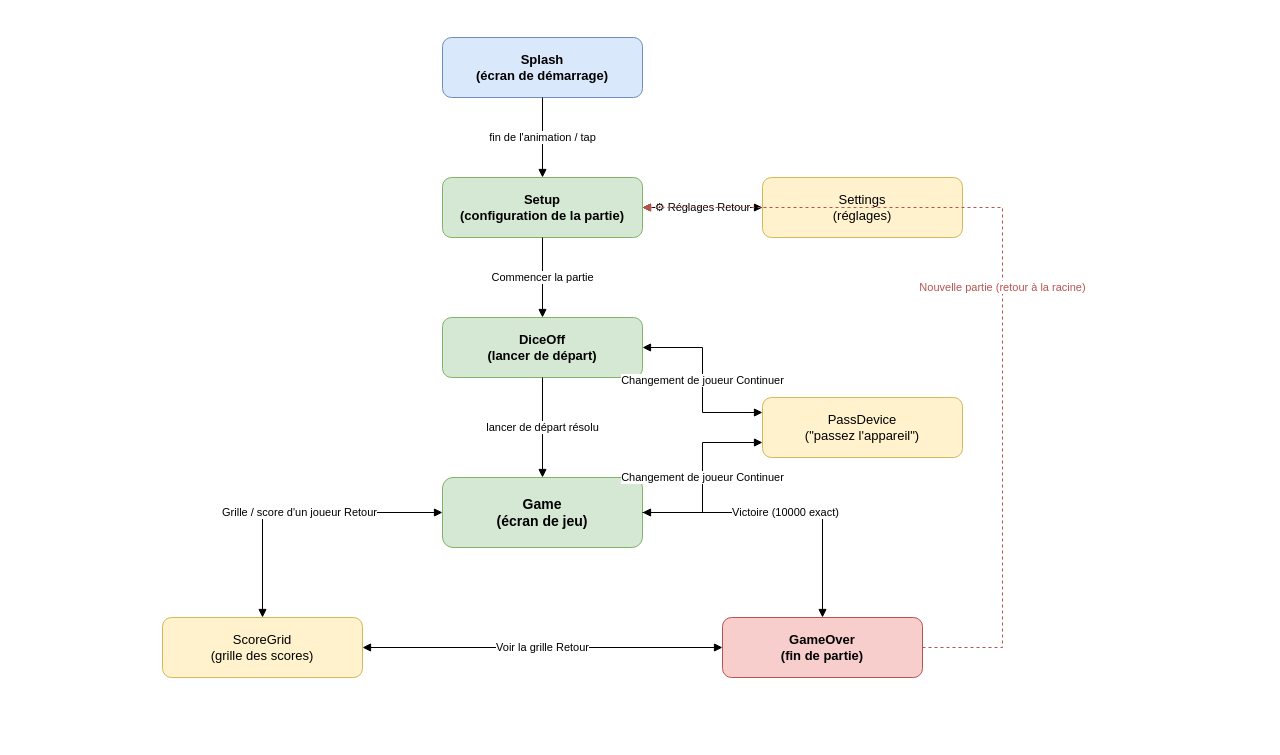
This is docs/screen-flow.drawio from microscotch/tenk, a draw.io file, before an edit. Source tidied: cells renumbered, new cells numbered last; positions are measured from the earlier drawing's top-left corner, leaving out a move shared by most shapes. Both pictures are drawn from the tidied source at 100%, with x=0, y=0 at pixel (162, 37).
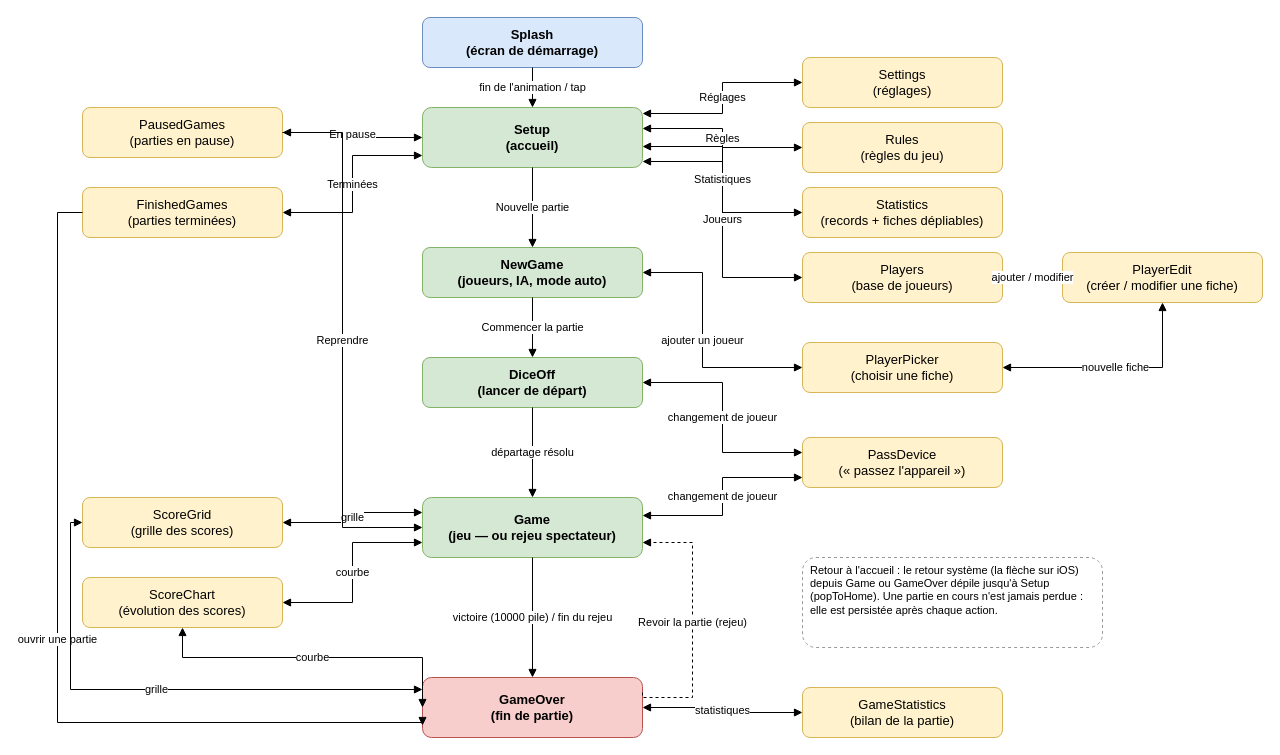
After the change.

Commit message (it also covers changes not shown here):
docs: bring the class diagram, screen flow and turn-state up to date

Change to the diagram source:
```diff
@@
     <mxCell id="2" value="Splash&#10;(écran de démarrage)" style="rounded=1;whiteSpace=wrap;html=1;fillColor=#dae8fc;strokeColor=#6c8ebf;fontSize=13;fontStyle=1;" parent="1" vertex="1">
-      <mxGeometry x="280" width="200" height="60" as="geometry" />
+      <mxGeometry x="260" y="-20" width="220" height="50" as="geometry" />
     </mxCell>
-    <mxCell id="3" value="Setup&#10;(configuration de la partie)" style="rounded=1;whiteSpace=wrap;html=1;fillColor=#d5e8d4;strokeColor=#82b366;fontSize=13;fontStyle=1;" parent="1" vertex="1">
-      <mxGeometry x="280" y="140" width="200" height="60" as="geometry" />
+    <mxCell id="3" value="Setup&#10;(accueil)" style="rounded=1;whiteSpace=wrap;html=1;fillColor=#d5e8d4;strokeColor=#82b366;fontSize=13;fontStyle=1;" parent="1" vertex="1">
+      <mxGeometry x="260" y="70" width="220" height="60" as="geometry" />
     </mxCell>
+    <mxCell id="20" value="PausedGames&#10;(parties en pause)" style="rounded=1;whiteSpace=wrap;html=1;fillColor=#fff2cc;strokeColor=#d6b656;fontSize=13;" parent="1" vertex="1">
+      <mxGeometry x="-80" y="70" width="200" height="50" as="geometry" />
+    </mxCell>
+    <mxCell id="21" value="FinishedGames&#10;(parties terminées)" style="rounded=1;whiteSpace=wrap;html=1;fillColor=#fff2cc;strokeColor=#d6b656;fontSize=13;" parent="1" vertex="1">
+      <mxGeometry x="-80" y="150" width="200" height="50" as="geometry" />
+    </mxCell>
+    <mxCell id="22" value="Statistics&#10;(records + fiches dépliables)" style="rounded=1;whiteSpace=wrap;html=1;fillColor=#fff2cc;strokeColor=#d6b656;fontSize=13;" parent="1" vertex="1">
+      <mxGeometry x="640" y="150" width="200" height="50" as="geometry" />
+    </mxCell>
     <mxCell id="4" value="Settings&#10;(réglages)" style="rounded=1;whiteSpace=wrap;html=1;fillColor=#fff2cc;strokeColor=#d6b656;fontSize=13;" parent="1" vertex="1">
-      <mxGeometry x="600" y="140" width="200" height="60" as="geometry" />
+      <mxGeometry x="640" y="20" width="200" height="50" as="geometry" />
     </mxCell>
+    <mxCell id="23" value="Rules&#10;(règles du jeu)" style="rounded=1;whiteSpace=wrap;html=1;fillColor=#fff2cc;strokeColor=#d6b656;fontSize=13;" parent="1" vertex="1">
+      <mxGeometry x="640" y="85" width="200" height="50" as="geometry" />
+    </mxCell>
+    <mxCell id="24" value="Players&#10;(base de joueurs)" style="rounded=1;whiteSpace=wrap;html=1;fillColor=#fff2cc;strokeColor=#d6b656;fontSize=13;" parent="1" vertex="1">
+      <mxGeometry x="640" y="215" width="200" height="50" as="geometry" />
+    </mxCell>
+    <mxCell id="25" value="PlayerEdit&#10;(créer / modifier une fiche)" style="rounded=1;whiteSpace=wrap;html=1;fillColor=#fff2cc;strokeColor=#d6b656;fontSize=13;" parent="1" vertex="1">
+      <mxGeometry x="900" y="215" width="200" height="50" as="geometry" />
+    </mxCell>
+    <mxCell id="26" value="NewGame&#10;(joueurs, IA, mode auto)" style="rounded=1;whiteSpace=wrap;html=1;fillColor=#d5e8d4;strokeColor=#82b366;fontSize=13;fontStyle=1;" parent="1" vertex="1">
+      <mxGeometry x="260" y="210" width="220" height="50" as="geometry" />
+    </mxCell>
+    <mxCell id="27" value="PlayerPicker&#10;(choisir une fiche)" style="rounded=1;whiteSpace=wrap;html=1;fillColor=#fff2cc;strokeColor=#d6b656;fontSize=13;" parent="1" vertex="1">
+      <mxGeometry x="640" y="305" width="200" height="50" as="geometry" />
+    </mxCell>
     <mxCell id="5" value="DiceOff&#10;(lancer de départ)" style="rounded=1;whiteSpace=wrap;html=1;fillColor=#d5e8d4;strokeColor=#82b366;fontSize=13;fontStyle=1;" parent="1" vertex="1">
-      <mxGeometry x="280" y="280" width="200" height="60" as="geometry" />
+      <mxGeometry x="260" y="320" width="220" height="50" as="geometry" />
     </mxCell>
-    <mxCell id="6" value="PassDevice&#10;(&quot;passez l'appareil&quot;)" style="rounded=1;whiteSpace=wrap;html=1;fillColor=#fff2cc;strokeColor=#d6b656;fontSize=13;" parent="1" vertex="1">
-      <mxGeometry x="600" y="360" width="200" height="60" as="geometry" />
+    <mxCell id="6" value="PassDevice&#10;(« passez l'appareil »)" style="rounded=1;whiteSpace=wrap;html=1;fillColor=#fff2cc;strokeColor=#d6b656;fontSize=13;" parent="1" vertex="1">
+      <mxGeometry x="640" y="400" width="200" height="50" as="geometry" />
     </mxCell>
-    <mxCell id="7" value="Game&#10;(écran de jeu)" style="rounded=1;whiteSpace=wrap;html=1;fillColor=#d5e8d4;strokeColor=#82b366;fontSize=14;fontStyle=1;" parent="1" vertex="1">
-      <mxGeometry x="280" y="440" width="200" height="70" as="geometry" />
+    <mxCell id="7" value="Game&#10;(jeu — ou rejeu spectateur)" style="rounded=1;whiteSpace=wrap;html=1;fillColor=#d5e8d4;strokeColor=#82b366;fontSize=13;fontStyle=1;" parent="1" vertex="1">
+      <mxGeometry x="260" y="460" width="220" height="60" as="geometry" />
     </mxCell>
     <mxCell id="8" value="ScoreGrid&#10;(grille des scores)" style="rounded=1;whiteSpace=wrap;html=1;fillColor=#fff2cc;strokeColor=#d6b656;fontSize=13;" parent="1" vertex="1">
-      <mxGeometry y="580" width="200" height="60" as="geometry" />
+      <mxGeometry x="-80" y="460" width="200" height="50" as="geometry" />
     </mxCell>
+    <mxCell id="28" value="ScoreChart&#10;(évolution des scores)" style="rounded=1;whiteSpace=wrap;html=1;fillColor=#fff2cc;strokeColor=#d6b656;fontSize=13;" parent="1" vertex="1">
+      <mxGeometry x="-80" y="540" width="200" height="50" as="geometry" />
+    </mxCell>
     <mxCell id="9" value="GameOver&#10;(fin de partie)" style="rounded=1;whiteSpace=wrap;html=1;fillColor=#f8cecc;strokeColor=#b85450;fontSize=13;fontStyle=1;" parent="1" vertex="1">
-      <mxGeometry x="560" y="580" width="200" height="60" as="geometry" />
+      <mxGeometry x="260" y="640" width="220" height="60" as="geometry" />
     </mxCell>
+    <mxCell id="29" value="GameStatistics&#10;(bilan de la partie)" style="rounded=1;whiteSpace=wrap;html=1;fillColor=#fff2cc;strokeColor=#d6b656;fontSize=13;" parent="1" vertex="1">
+      <mxGeometry x="640" y="650" width="200" height="50" as="geometry" />
+    </mxCell>
+    <mxCell id="30" value="Retour à l'accueil : le retour système (la flèche sur iOS) depuis Game ou GameOver dépile jusqu'à Setup (popToHome). Une partie en cours n'est jamais perdue : elle est persistée après chaque action." style="rounded=1;whiteSpace=wrap;html=1;fillColor=#ffffff;strokeColor=#999999;fontSize=11;align=left;verticalAlign=top;dashed=1;spacingLeft=6;" parent="1" vertex="1">
+      <mxGeometry x="640" y="520" width="300" height="90" as="geometry" />
+    </mxCell>
-    <mxCell id="10" value="fin de l'animation / tap" style="edgeStyle=orthogonalEdgeStyle;rounded=0;html=1;endArrow=block;endFill=1;fontSize=11;" parent="1" edge="1" source="2" target="3">
+    <mxCell id="10" value="fin de l'animation / tap" style="edgeStyle=orthogonalEdgeStyle;rounded=0;html=1;fontSize=11;endArrow=block;endFill=1;" parent="1" edge="1" source="2" target="3">
       <mxGeometry relative="1" as="geometry" />
     </mxCell>
-    <mxCell id="11" value="⚙ Réglages          Retour" style="edgeStyle=orthogonalEdgeStyle;rounded=0;html=1;startArrow=block;startFill=1;endArrow=block;endFill=1;fontSize=11;" parent="1" edge="1" source="3" target="4">
+    <mxCell id="11" value="Réglages" style="edgeStyle=orthogonalEdgeStyle;rounded=0;html=1;fontSize=11;startArrow=block;startFill=1;endArrow=block;endFill=1;exitX=1;exitY=0.1;entryX=0;entryY=0.5;" parent="1" edge="1" source="3" target="4">
       <mxGeometry relative="1" as="geometry" />
     </mxCell>
+    <mxCell id="31" value="Règles" style="edgeStyle=orthogonalEdgeStyle;rounded=0;html=1;fontSize=11;startArrow=block;startFill=1;endArrow=block;endFill=1;exitX=1;exitY=0.35;entryX=0;entryY=0.5;" parent="1" edge="1" source="3" target="23">
+      <mxGeometry relative="1" as="geometry" />
+    </mxCell>
+    <mxCell id="32" value="Joueurs" style="edgeStyle=orthogonalEdgeStyle;rounded=0;html=1;fontSize=11;startArrow=block;startFill=1;endArrow=block;endFill=1;exitX=1;exitY=0.9;entryX=0;entryY=0.5;" parent="1" edge="1" source="3" target="24">
+      <mxGeometry relative="1" as="geometry" />
+    </mxCell>
+    <mxCell id="33" value="En pause" style="edgeStyle=orthogonalEdgeStyle;rounded=0;html=1;fontSize=11;startArrow=block;startFill=1;endArrow=block;endFill=1;exitX=0;exitY=0.5;entryX=1;entryY=0.5;" parent="1" edge="1" source="3" target="20">
+      <mxGeometry relative="1" as="geometry" />
+    </mxCell>
+    <mxCell id="34" value="Terminées" style="edgeStyle=orthogonalEdgeStyle;rounded=0;html=1;fontSize=11;startArrow=block;startFill=1;endArrow=block;endFill=1;exitX=0;exitY=0.8;entryX=1;entryY=0.5;" parent="1" edge="1" source="3" target="21">
+      <mxGeometry relative="1" as="geometry" />
+    </mxCell>
+    <mxCell id="35" value="Statistiques" style="edgeStyle=orthogonalEdgeStyle;rounded=0;html=1;fontSize=11;startArrow=block;startFill=1;endArrow=block;endFill=1;exitX=1;exitY=0.65;entryX=0;entryY=0.5;" parent="1" edge="1" source="3" target="22">
+      <mxGeometry relative="1" as="geometry" />
+    </mxCell>
+    <mxCell id="36" value="Nouvelle partie" style="edgeStyle=orthogonalEdgeStyle;rounded=0;html=1;fontSize=11;endArrow=block;endFill=1;exitX=0.5;exitY=1;entryX=0.5;entryY=0;" parent="1" edge="1" source="3" target="26">
+      <mxGeometry relative="1" as="geometry" />
+    </mxCell>
+    <mxCell id="37" value="ajouter / modifier" style="edgeStyle=orthogonalEdgeStyle;rounded=0;html=1;fontSize=11;startArrow=block;startFill=1;endArrow=block;endFill=1;exitX=1;exitY=0.5;entryX=0;entryY=0.5;" parent="1" edge="1" source="24" target="25">
+      <mxGeometry relative="1" as="geometry" />
+    </mxCell>
+    <mxCell id="38" value="ajouter un joueur" style="edgeStyle=orthogonalEdgeStyle;rounded=0;html=1;fontSize=11;startArrow=block;startFill=1;endArrow=block;endFill=1;exitX=1;exitY=0.5;entryX=0;entryY=0.5;" parent="1" edge="1" source="26" target="27">
+      <mxGeometry relative="1" as="geometry">
+        <Array as="points">
+          <mxPoint x="540" y="235" />
+          <mxPoint x="540" y="330" />
+        </Array>
+      </mxGeometry>
+    </mxCell>
+    <mxCell id="39" value="nouvelle fiche" style="edgeStyle=orthogonalEdgeStyle;rounded=0;html=1;fontSize=11;startArrow=block;startFill=1;endArrow=block;endFill=1;exitX=1;exitY=0.5;entryX=0.5;entryY=1;" parent="1" edge="1" source="27" target="25">
+      <mxGeometry relative="1" as="geometry" />
+    </mxCell>
-    <mxCell id="12" value="Commencer la partie" style="edgeStyle=orthogonalEdgeStyle;rounded=0;html=1;endArrow=block;endFill=1;fontSize=11;" parent="1" edge="1" source="3" target="5">
+    <mxCell id="12" value="Commencer la partie" style="edgeStyle=orthogonalEdgeStyle;rounded=0;html=1;fontSize=11;endArrow=block;endFill=1;" parent="1" edge="1" source="26" target="5">
       <mxGeometry relative="1" as="geometry" />
     </mxCell>
-    <mxCell id="13" value="Changement de joueur          Continuer" style="edgeStyle=orthogonalEdgeStyle;rounded=0;html=1;startArrow=block;startFill=1;endArrow=block;endFill=1;fontSize=11;exitX=1;exitY=0.5;entryX=0;entryY=0.25;" parent="1" edge="1" source="5" target="6">
+    <mxCell id="13" value="changement de joueur" style="edgeStyle=orthogonalEdgeStyle;rounded=0;html=1;fontSize=11;startArrow=block;startFill=1;endArrow=block;endFill=1;exitX=1;exitY=0.5;entryX=0;entryY=0.3;" parent="1" edge="1" source="5" target="6">
       <mxGeometry relative="1" as="geometry" />
     </mxCell>
-    <mxCell id="14" value="lancer de départ résolu" style="edgeStyle=orthogonalEdgeStyle;rounded=0;html=1;endArrow=block;endFill=1;fontSize=11;" parent="1" edge="1" source="5" target="7">
+    <mxCell id="14" value="départage résolu" style="edgeStyle=orthogonalEdgeStyle;rounded=0;html=1;fontSize=11;endArrow=block;endFill=1;" parent="1" edge="1" source="5" target="7">
       <mxGeometry relative="1" as="geometry" />
     </mxCell>
-    <mxCell id="15" value="Changement de joueur          Continuer" style="edgeStyle=orthogonalEdgeStyle;rounded=0;html=1;startArrow=block;startFill=1;endArrow=block;endFill=1;fontSize=11;exitX=1;exitY=0.5;entryX=0;entryY=0.75;" parent="1" edge="1" source="7" target="6">
+    <mxCell id="15" value="changement de joueur" style="edgeStyle=orthogonalEdgeStyle;rounded=0;html=1;fontSize=11;startArrow=block;startFill=1;endArrow=block;endFill=1;exitX=1;exitY=0.3;entryX=0;entryY=0.8;" parent="1" edge="1" source="7" target="6">
       <mxGeometry relative="1" as="geometry" />
     </mxCell>
-    <mxCell id="16" value="Grille / score d'un joueur          Retour" style="edgeStyle=orthogonalEdgeStyle;rounded=0;html=1;startArrow=block;startFill=1;endArrow=block;endFill=1;fontSize=11;" parent="1" edge="1" source="7" target="8">
+    <mxCell id="16" value="grille" style="edgeStyle=orthogonalEdgeStyle;rounded=0;html=1;fontSize=11;startArrow=block;startFill=1;endArrow=block;endFill=1;exitX=0;exitY=0.25;entryX=1;entryY=0.5;" parent="1" edge="1" source="7" target="8">
       <mxGeometry relative="1" as="geometry" />
     </mxCell>
+    <mxCell id="40" value="courbe" style="edgeStyle=orthogonalEdgeStyle;rounded=0;html=1;fontSize=11;startArrow=block;startFill=1;endArrow=block;endFill=1;exitX=0;exitY=0.75;entryX=1;entryY=0.5;" parent="1" edge="1" source="7" target="28">
+      <mxGeometry relative="1" as="geometry" />
+    </mxCell>
+    <mxCell id="41" value="Reprendre" style="edgeStyle=orthogonalEdgeStyle;rounded=0;html=1;fontSize=11;endArrow=block;endFill=1;exitX=1;exitY=0.5;entryX=0;entryY=0.5;" parent="1" edge="1" source="20" target="7">
+      <mxGeometry relative="1" as="geometry">
+        <Array as="points">
+          <mxPoint x="180" y="95" />
+          <mxPoint x="180" y="490" />
+        </Array>
+      </mxGeometry>
+    </mxCell>
-    <mxCell id="17" value="Victoire (10000 exact)" style="edgeStyle=orthogonalEdgeStyle;rounded=0;html=1;endArrow=block;endFill=1;fontSize=11;" parent="1" edge="1" source="7" target="9">
+    <mxCell id="17" value="victoire (10000 pile) / fin du rejeu" style="edgeStyle=orthogonalEdgeStyle;rounded=0;html=1;fontSize=11;endArrow=block;endFill=1;" parent="1" edge="1" source="7" target="9">
       <mxGeometry relative="1" as="geometry" />
     </mxCell>
+    <mxCell id="42" value="ouvrir une partie" style="edgeStyle=orthogonalEdgeStyle;rounded=0;html=1;fontSize=11;endArrow=block;endFill=1;exitX=0;exitY=0.5;entryX=0;entryY=0.8;" parent="1" edge="1" source="21" target="9">
+      <mxGeometry relative="1" as="geometry">
+        <Array as="points">
+          <mxPoint x="-105" y="175" />
+          <mxPoint x="-105" y="685" />
+        </Array>
+      </mxGeometry>
+    </mxCell>
-    <mxCell id="18" value="Voir la grille          Retour" style="edgeStyle=orthogonalEdgeStyle;rounded=0;html=1;startArrow=block;startFill=1;endArrow=block;endFill=1;fontSize=11;" parent="1" edge="1" source="9" target="8">
-      <mxGeometry relative="1" as="geometry" />
+    <mxCell id="18" value="grille" style="edgeStyle=orthogonalEdgeStyle;rounded=0;html=1;fontSize=11;startArrow=block;startFill=1;endArrow=block;endFill=1;exitX=0;exitY=0.2;entryX=0;entryY=0.5;" parent="1" edge="1" source="9" target="8">
+      <mxGeometry relative="1" as="geometry">
+        <Array as="points">
+          <mxPoint x="-92" y="652" />
+          <mxPoint x="-92" y="485" />
+        </Array>
+      </mxGeometry>
     </mxCell>
-    <mxCell id="19" value="Nouvelle partie (retour à la racine)" style="edgeStyle=orthogonalEdgeStyle;rounded=0;html=1;endArrow=block;endFill=1;fontSize=11;dashed=1;strokeColor=#b85450;fontColor=#b85450;" parent="1" edge="1" source="9" target="3">
-      <mxGeometry relative="1" as="geometry">
-        <Array as="points">
-          <mxPoint x="840" y="170" />
-        </Array>
-      </mxGeometry>
-    </mxCell>
+    <mxCell id="43" value="courbe" style="edgeStyle=orthogonalEdgeStyle;rounded=0;html=1;fontSize=11;startArrow=block;startFill=1;endArrow=block;endFill=1;exitX=0;exitY=0.5;entryX=0.5;entryY=1;" parent="1" edge="1" source="9" target="28">
+      <mxGeometry relative="1" as="geometry">
+        <Array as="points">
+          <mxPoint x="20" y="620" />
+        </Array>
+      </mxGeometry>
+    </mxCell>
+    <mxCell id="44" value="statistiques" style="edgeStyle=orthogonalEdgeStyle;rounded=0;html=1;fontSize=11;startArrow=block;startFill=1;endArrow=block;endFill=1;exitX=1;exitY=0.5;entryX=0;entryY=0.5;" parent="1" edge="1" source="9" target="29">
+      <mxGeometry relative="1" as="geometry" />
+    </mxCell>
+    <mxCell id="45" value="Revoir la partie (rejeu)" style="edgeStyle=orthogonalEdgeStyle;rounded=0;html=1;fontSize=11;endArrow=block;endFill=1;dashed=1;exitX=1;exitY=0.25;entryX=1;entryY=0.75;" parent="1" edge="1" source="9" target="7">
+      <mxGeometry relative="1" as="geometry">
+        <Array as="points">
+          <mxPoint x="530" y="660" />
+          <mxPoint x="530" y="505" />
+        </Array>
+      </mxGeometry>
+    </mxCell>
```
